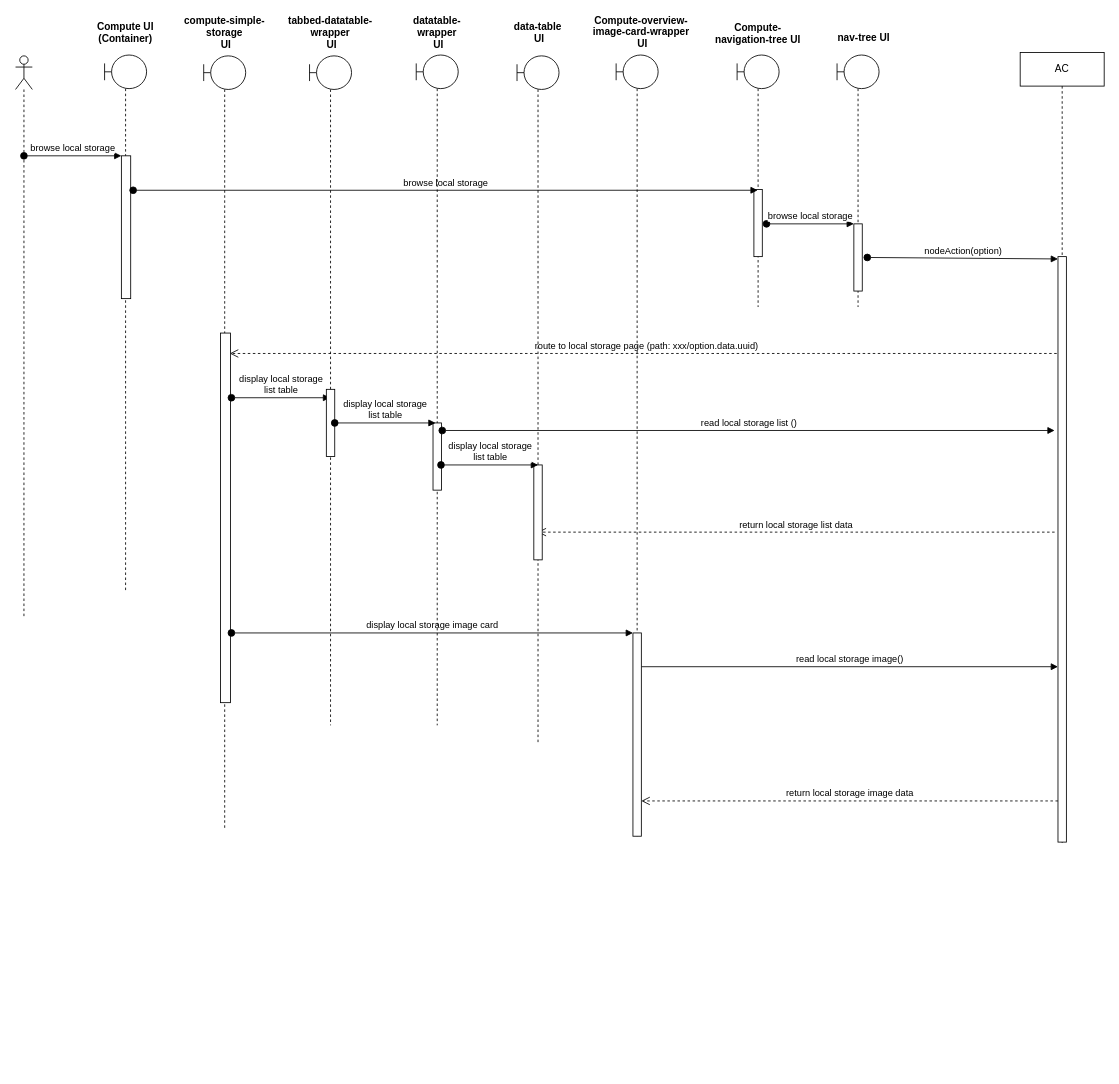
hsiaofung/UML keeps this draw.io diagram as page 45 of 45 of Untitled Diagram.drawio. Above is the earlier version. Source tidied: cells renumbered, new cells numbered last; positions are measured from the earlier drawing's top-left corner, leaving out a move shared by most shapes. Both pictures are drawn from the tidied source at 84%, with x=0, y=0 at pixel (15, 21).
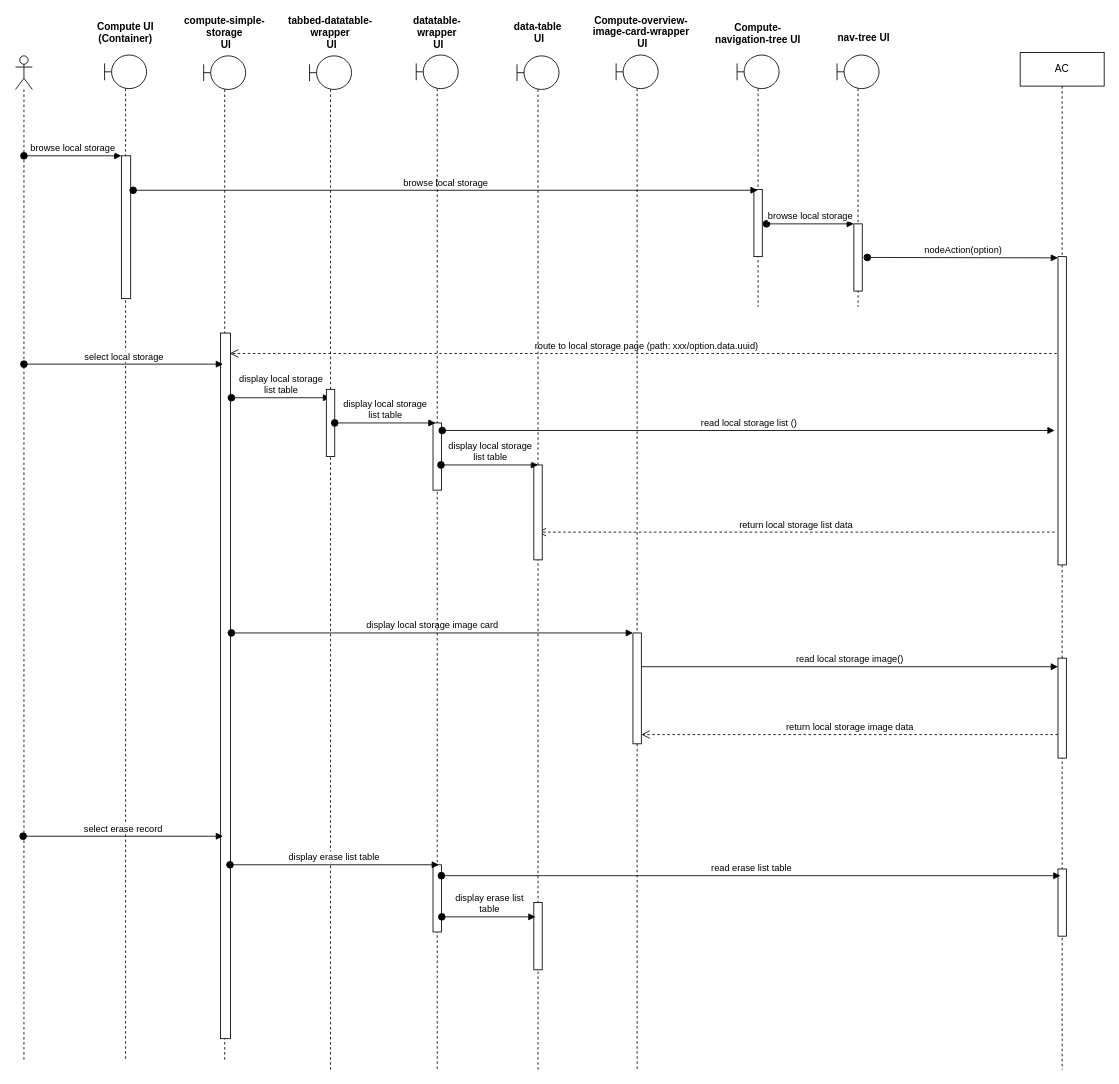
After the change.

What changed in the source:
```diff
@@
     <mxCell id="2" style="shape=umlLifeline;participant=umlActor;perimeter=lifelinePerimeter;whiteSpace=wrap;html=1;verticalAlign=top;spacingTop=36;" parent="1" vertex="1">
-      <mxGeometry y="41" width="20" height="667" as="geometry" />
+      <mxGeometry y="41" width="20" height="1197" as="geometry" />
     </mxCell>
     <mxCell id="3" style="shape=umlLifeline;participant=umlBoundary;perimeter=lifelinePerimeter;whiteSpace=wrap;html=1;verticalAlign=top;spacingTop=36;" parent="1" vertex="1">
-      <mxGeometry x="106" y="40" width="50" height="638" as="geometry" />
+      <mxGeometry x="106" y="40" width="50" height="1198" as="geometry" />
     </mxCell>
@@
     <mxCell id="17" style="shape=umlLifeline;participant=umlBoundary;perimeter=lifelinePerimeter;whiteSpace=wrap;html=1;verticalAlign=top;spacingTop=36;" parent="1" vertex="1">
-      <mxGeometry x="224" y="41" width="50" height="920" as="geometry" />
+      <mxGeometry x="224" y="41" width="50" height="1197" as="geometry" />
     </mxCell>
     <mxCell id="18" style="html=1;perimeter=orthogonalPerimeter;" parent="17" vertex="1">
-      <mxGeometry x="20" y="330" width="12" height="440" as="geometry" />
+      <mxGeometry x="20" y="330" width="12" height="840" as="geometry" />
     </mxCell>
@@
     <mxCell id="21" style="shape=umlLifeline;participant=umlBoundary;perimeter=lifelinePerimeter;whiteSpace=wrap;html=1;verticalAlign=top;spacingTop=36;" parent="1" vertex="1">
-      <mxGeometry x="715" y="40" width="50" height="930" as="geometry" />
+      <mxGeometry x="715" y="40" width="50" height="1208" as="geometry" />
     </mxCell>
     <mxCell id="22" style="html=1;points=[];perimeter=orthogonalPerimeter;" parent="21" vertex="1">
-      <mxGeometry x="20" y="688" width="10" height="242" as="geometry" />
+      <mxGeometry x="20" y="688" width="10" height="132" as="geometry" />
     </mxCell>
@@
     <mxCell id="26" value="return local storage image data" style="html=1;verticalAlign=bottom;endArrow=open;dashed=1;endSize=8;rounded=0;" parent="1" edge="1">
       <mxGeometry relative="1" as="geometry">
-        <mxPoint x="1241" y="928" as="sourcePoint" />
-        <mxPoint x="745" y="928" as="targetPoint" />
+        <mxPoint x="1241" y="849" as="sourcePoint" />
+        <mxPoint x="745" y="849" as="targetPoint" />
       </mxGeometry>
     </mxCell>
     <mxCell id="27" value="AC" style="shape=umlLifeline;perimeter=lifelinePerimeter;whiteSpace=wrap;html=1;outlineConnect=0;" parent="1" vertex="1">
-      <mxGeometry x="1196" y="37" width="100" height="941" as="geometry" />
+      <mxGeometry x="1196" y="37" width="100" height="1211" as="geometry" />
     </mxCell>
     <mxCell id="28" style="html=1;points=[];perimeter=orthogonalPerimeter;" parent="27" vertex="1">
-      <mxGeometry x="45" y="243" width="10" height="697" as="geometry" />
+      <mxGeometry x="45" y="243" width="10" height="367" as="geometry" />
     </mxCell>
+    <mxCell id="42" style="html=1;perimeter=orthogonalPerimeter;" parent="27" vertex="1">
+      <mxGeometry x="45" y="721" width="10" height="119" as="geometry" />
+    </mxCell>
+    <mxCell id="43" style="html=1;perimeter=orthogonalPerimeter;" parent="27" vertex="1">
+      <mxGeometry x="45" y="972" width="10" height="80" as="geometry" />
+    </mxCell>
@@
     <mxCell id="30" style="shape=umlLifeline;participant=umlBoundary;perimeter=lifelinePerimeter;whiteSpace=wrap;html=1;verticalAlign=top;spacingTop=36;outlineConnect=0;" parent="1" vertex="1">
-      <mxGeometry x="350" y="41" width="50" height="797" as="geometry" />
+      <mxGeometry x="350" y="41" width="50" height="1207" as="geometry" />
     </mxCell>
@@
     <mxCell id="33" style="shape=umlLifeline;participant=umlBoundary;perimeter=lifelinePerimeter;whiteSpace=wrap;html=1;verticalAlign=top;spacingTop=36;" parent="1" vertex="1">
-      <mxGeometry x="477" y="40" width="50" height="798" as="geometry" />
+      <mxGeometry x="477" y="40" width="50" height="1208" as="geometry" />
     </mxCell>
@@
+    <mxCell id="44" style="html=1;perimeter=orthogonalPerimeter;" parent="33" vertex="1">
+      <mxGeometry x="20" y="964" width="10" height="80" as="geometry" />
+    </mxCell>
@@
     <mxCell id="37" style="shape=umlLifeline;participant=umlBoundary;perimeter=lifelinePerimeter;whiteSpace=wrap;html=1;verticalAlign=top;spacingTop=36;outlineConnect=0;" parent="1" vertex="1">
-      <mxGeometry x="597" y="41" width="50" height="817" as="geometry" />
+      <mxGeometry x="597" y="41" width="50" height="1207" as="geometry" />
     </mxCell>
@@
+    <mxCell id="45" style="html=1;perimeter=orthogonalPerimeter;" parent="37" vertex="1">
+      <mxGeometry x="20" y="1008" width="10" height="80" as="geometry" />
+    </mxCell>
@@
+    <mxCell id="46" value="select local storage" style="html=1;verticalAlign=bottom;startArrow=oval;startFill=1;endArrow=block;startSize=8;rounded=0;" parent="1" edge="1">
+      <mxGeometry relative="1" as="geometry">
+        <mxPoint x="10" y="408" as="sourcePoint" />
+        <mxPoint x="247" y="408" as="targetPoint" />
+      </mxGeometry>
+    </mxCell>
+    <mxCell id="47" value="select erase record" style="html=1;verticalAlign=bottom;startArrow=oval;startFill=1;endArrow=block;startSize=8;rounded=0;" parent="1" edge="1">
+      <mxGeometry relative="1" as="geometry">
+        <mxPoint x="9" y="970" as="sourcePoint" />
+        <mxPoint x="247" y="970" as="targetPoint" />
+      </mxGeometry>
+    </mxCell>
+    <mxCell id="48" value="display erase list table" style="html=1;verticalAlign=bottom;startArrow=oval;endArrow=block;startSize=8;rounded=0;" parent="1" edge="1">
+      <mxGeometry relative="1" as="geometry">
+        <mxPoint x="255.3" y="1004" as="sourcePoint" />
+        <mxPoint x="504" y="1004" as="targetPoint" />
+      </mxGeometry>
+    </mxCell>
+    <mxCell id="49" value="display erase list &lt;br&gt;table" style="html=1;verticalAlign=bottom;startArrow=oval;endArrow=block;startSize=8;rounded=0;" parent="1" edge="1">
+      <mxGeometry relative="1" as="geometry">
+        <mxPoint x="507.5" y="1066" as="sourcePoint" />
+        <mxPoint x="619" y="1066" as="targetPoint" />
+      </mxGeometry>
+    </mxCell>
+    <mxCell id="50" value="read erase list table" style="html=1;verticalAlign=bottom;startArrow=oval;endArrow=block;startSize=8;rounded=0;entryX=0.6;entryY=0.163;entryDx=0;entryDy=0;entryPerimeter=0;" parent="1" edge="1">
+      <mxGeometry relative="1" as="geometry">
+        <mxPoint x="507" y="1017" as="sourcePoint" />
+        <mxPoint x="1244" y="1017" as="targetPoint" />
+      </mxGeometry>
+    </mxCell>
```
